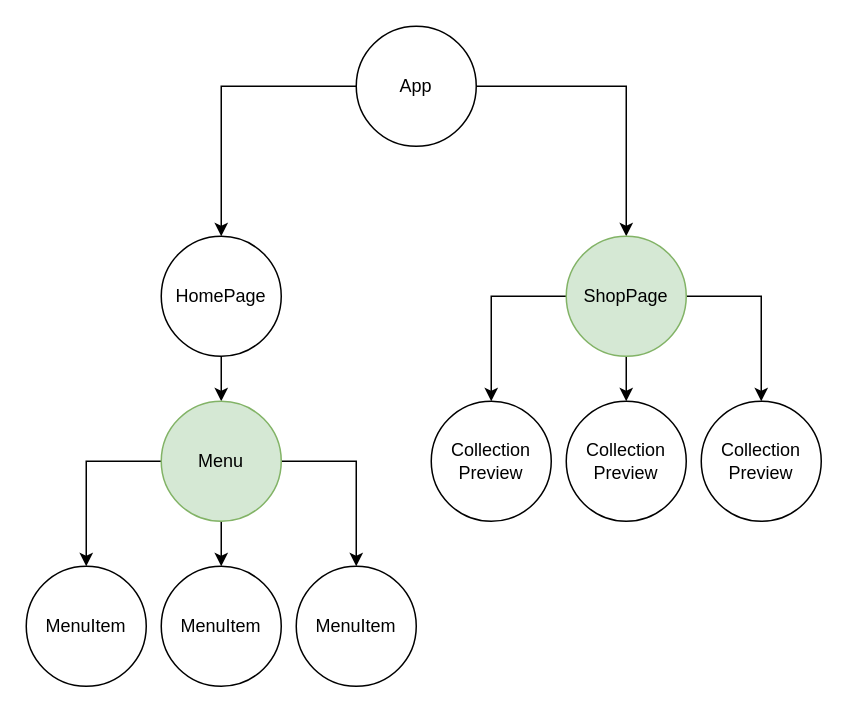
Before: state_diagram.drawio in kaung-minkhant/crwn-clothing, a draw.io diagram. Source tidied: cells renumbered, new cells numbered last; positions are measured from the earlier drawing's top-left corner, leaving out a move shared by most shapes. Both pictures are drawn from the tidied source at 150%, with x=0, y=0 at pixel (26, 26).
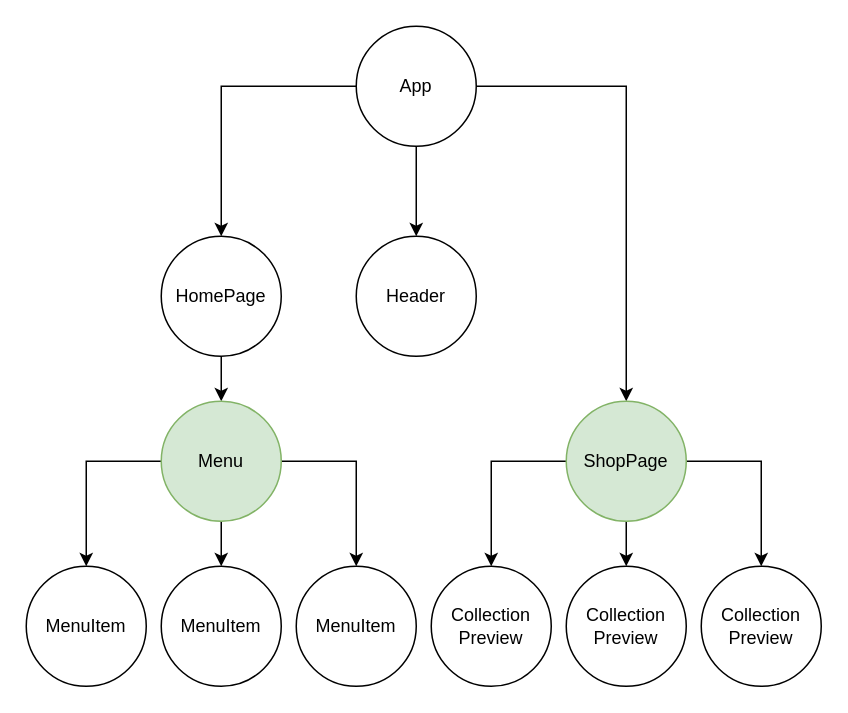
After the change.

The change refers to these unchanged cells:
```xml
<mxCell id="4" value="App" style="ellipse;whiteSpace=wrap;html=1;" parent="1" vertex="1">
  <mxGeometry x="220" width="80" height="80" as="geometry" />
</mxCell>
```

What changed in the source:
```diff
@@
+    <mxCell id="21" style="edgeStyle=orthogonalEdgeStyle;rounded=0;jettySize=auto;html=1;" parent="1" edge="1" source="4" target="22">
+      <mxGeometry relative="1" as="geometry" />
+    </mxCell>
@@
     <mxCell id="17" value="ShopPage" style="ellipse;whiteSpace=wrap;html=1;fillColor=#d5e8d4;strokeColor=#82b366;" parent="1" vertex="1">
-      <mxGeometry x="360" y="140" width="80" height="80" as="geometry" />
+      <mxGeometry x="360" y="250" width="80" height="80" as="geometry" />
     </mxCell>
     <mxCell id="18" value="Collection&lt;br&gt;Preview" style="ellipse;whiteSpace=wrap;html=1;" parent="1" vertex="1">
-      <mxGeometry x="270" y="250" width="80" height="80" as="geometry" />
+      <mxGeometry x="270" y="360" width="80" height="80" as="geometry" />
     </mxCell>
     <mxCell id="19" value="Collection&lt;br&gt;Preview" style="ellipse;whiteSpace=wrap;html=1;" parent="1" vertex="1">
-      <mxGeometry x="360" y="250" width="80" height="80" as="geometry" />
+      <mxGeometry x="360" y="360" width="80" height="80" as="geometry" />
     </mxCell>
     <mxCell id="20" value="Collection&lt;br&gt;Preview" style="ellipse;whiteSpace=wrap;html=1;" parent="1" vertex="1">
-      <mxGeometry x="450" y="250" width="80" height="80" as="geometry" />
+      <mxGeometry x="450" y="360" width="80" height="80" as="geometry" />
     </mxCell>
+    <mxCell id="22" value="Header" style="ellipse;whiteSpace=wrap;html=1;" parent="1" vertex="1">
+      <mxGeometry x="220" y="140" width="80" height="80" as="geometry" />
+    </mxCell>
```
